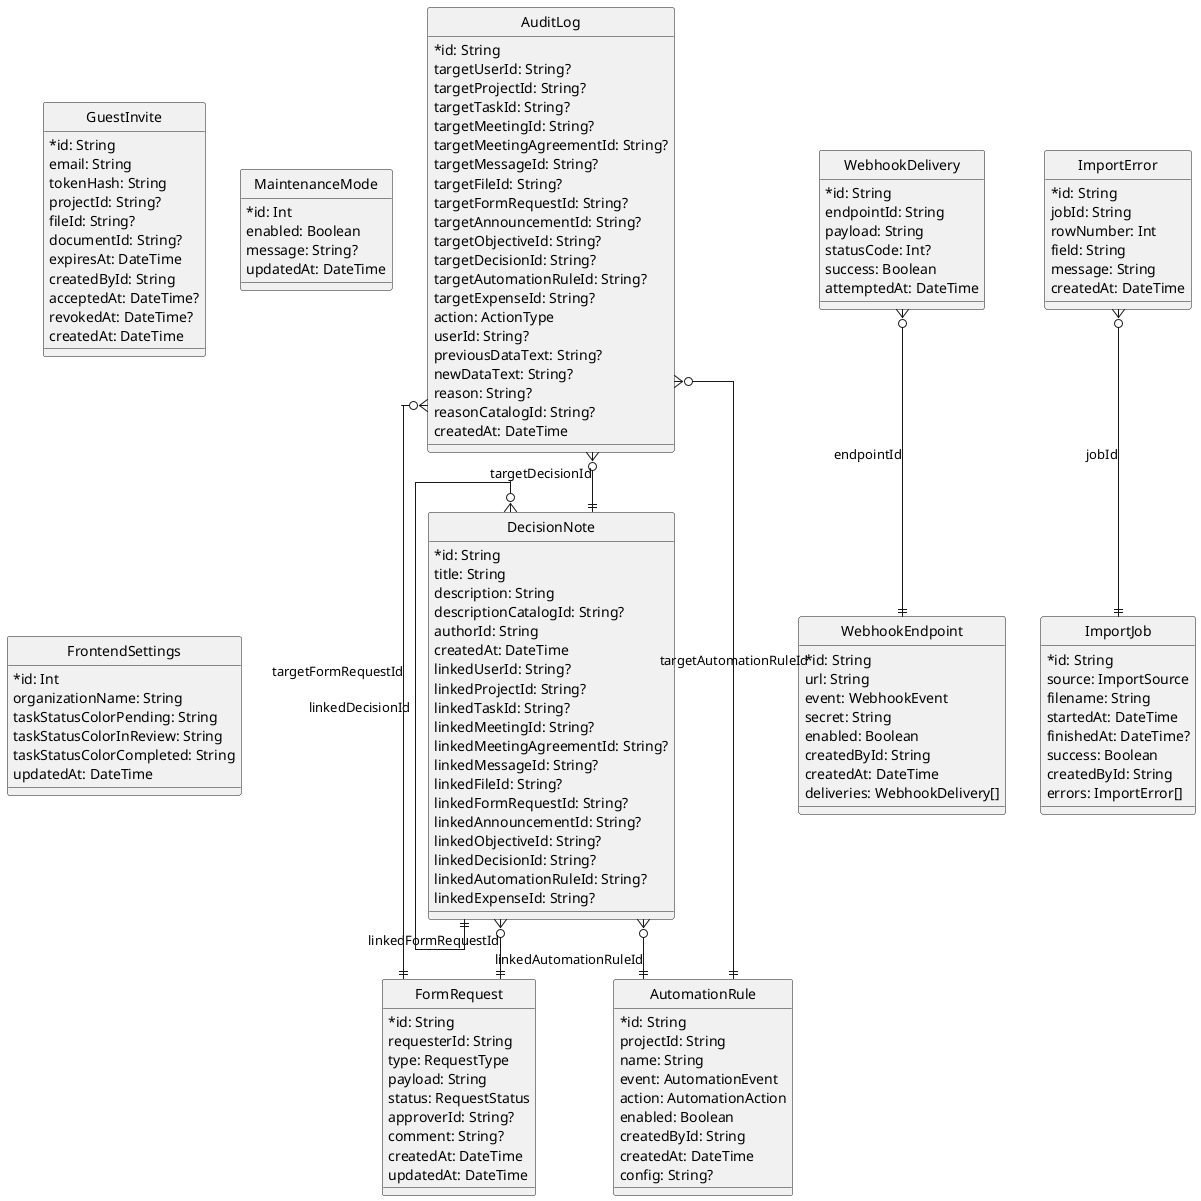
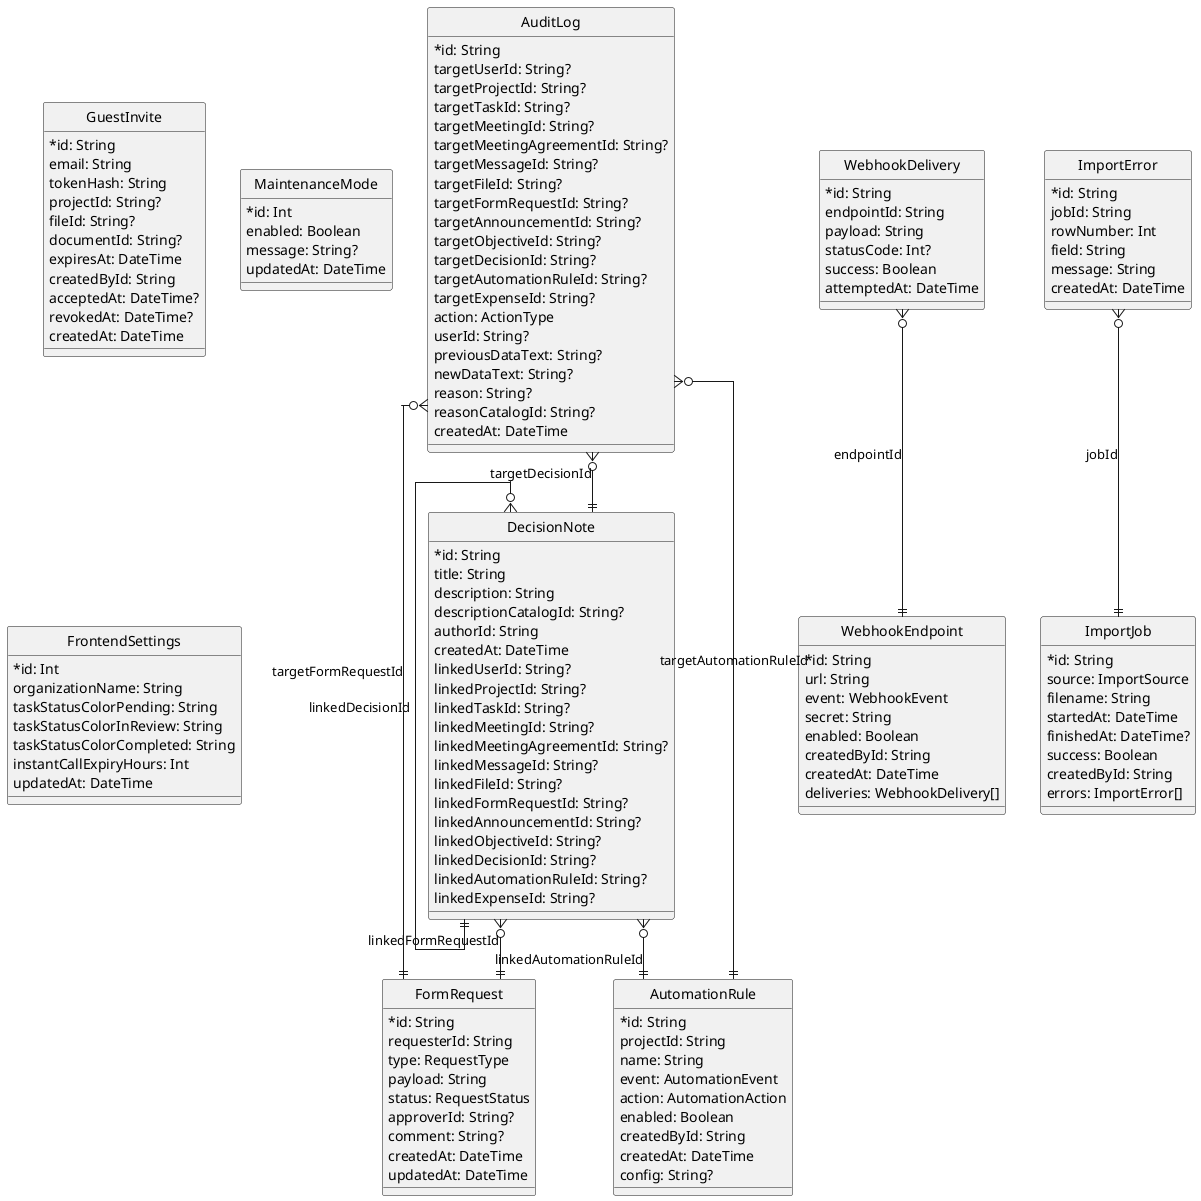
@startuml
hide circle
skinparam linetype ortho
skinparam classAttributeIconSize 0

entity "GuestInvite" as GuestInvite {
  * id: String
    email: String
    tokenHash: String
    projectId: String?
    fileId: String?
    documentId: String?
    expiresAt: DateTime
    createdById: String
    acceptedAt: DateTime?
    revokedAt: DateTime?
    createdAt: DateTime
}

entity "FormRequest" as FormRequest {
  * id: String
    requesterId: String
    type: RequestType
    payload: String
    status: RequestStatus
    approverId: String?
    comment: String?
    createdAt: DateTime
    updatedAt: DateTime
}

entity "DecisionNote" as DecisionNote {
  * id: String
    title: String
    description: String
    descriptionCatalogId: String?
    authorId: String
    createdAt: DateTime
    linkedUserId: String?
    linkedProjectId: String?
    linkedTaskId: String?
    linkedMeetingId: String?
    linkedMeetingAgreementId: String?
    linkedMessageId: String?
    linkedFileId: String?
    linkedFormRequestId: String?
    linkedAnnouncementId: String?
    linkedObjectiveId: String?
    linkedDecisionId: String?
    linkedAutomationRuleId: String?
    linkedExpenseId: String?
}

entity "AutomationRule" as AutomationRule {
  * id: String
    projectId: String
    name: String
    event: AutomationEvent
    action: AutomationAction
    enabled: Boolean
    createdById: String
    createdAt: DateTime
    config: String?
}

entity "WebhookEndpoint" as WebhookEndpoint {
  * id: String
    url: String
    event: WebhookEvent
    secret: String
    enabled: Boolean
    createdById: String
    createdAt: DateTime
    deliveries: WebhookDelivery[]
}

entity "WebhookDelivery" as WebhookDelivery {
  * id: String
    endpointId: String
    payload: String
    statusCode: Int?
    success: Boolean
    attemptedAt: DateTime
}

entity "ImportJob" as ImportJob {
  * id: String
    source: ImportSource
    filename: String
    startedAt: DateTime
    finishedAt: DateTime?
    success: Boolean
    createdById: String
    errors: ImportError[]
}

entity "ImportError" as ImportError {
  * id: String
    jobId: String
    rowNumber: Int
    field: String
    message: String
    createdAt: DateTime
}

entity "AuditLog" as AuditLog {
  * id: String
    targetUserId: String?
    targetProjectId: String?
    targetTaskId: String?
    targetMeetingId: String?
    targetMeetingAgreementId: String?
    targetMessageId: String?
    targetFileId: String?
    targetFormRequestId: String?
    targetAnnouncementId: String?
    targetObjectiveId: String?
    targetDecisionId: String?
    targetAutomationRuleId: String?
    targetExpenseId: String?
    action: ActionType
    userId: String?
    previousDataText: String?
    newDataText: String?
    reason: String?
    reasonCatalogId: String?
    createdAt: DateTime
}

entity "MaintenanceMode" as MaintenanceMode {
  * id: Int
    enabled: Boolean
    message: String?
    updatedAt: DateTime
}

entity "FrontendSettings" as FrontendSettings {
  * id: Int
    organizationName: String
    taskStatusColorPending: String
    taskStatusColorInReview: String
    taskStatusColorCompleted: String
+     instantCallExpiryHours: Int
    updatedAt: DateTime
}

DecisionNote }o--|| FormRequest : linkedFormRequestId
DecisionNote }o--|| DecisionNote : linkedDecisionId
DecisionNote }o--|| AutomationRule : linkedAutomationRuleId
WebhookDelivery }o--|| WebhookEndpoint : endpointId
ImportError }o--|| ImportJob : jobId
AuditLog }o--|| FormRequest : targetFormRequestId
AuditLog }o--|| DecisionNote : targetDecisionId
AuditLog }o--|| AutomationRule : targetAutomationRuleId

@enduml
